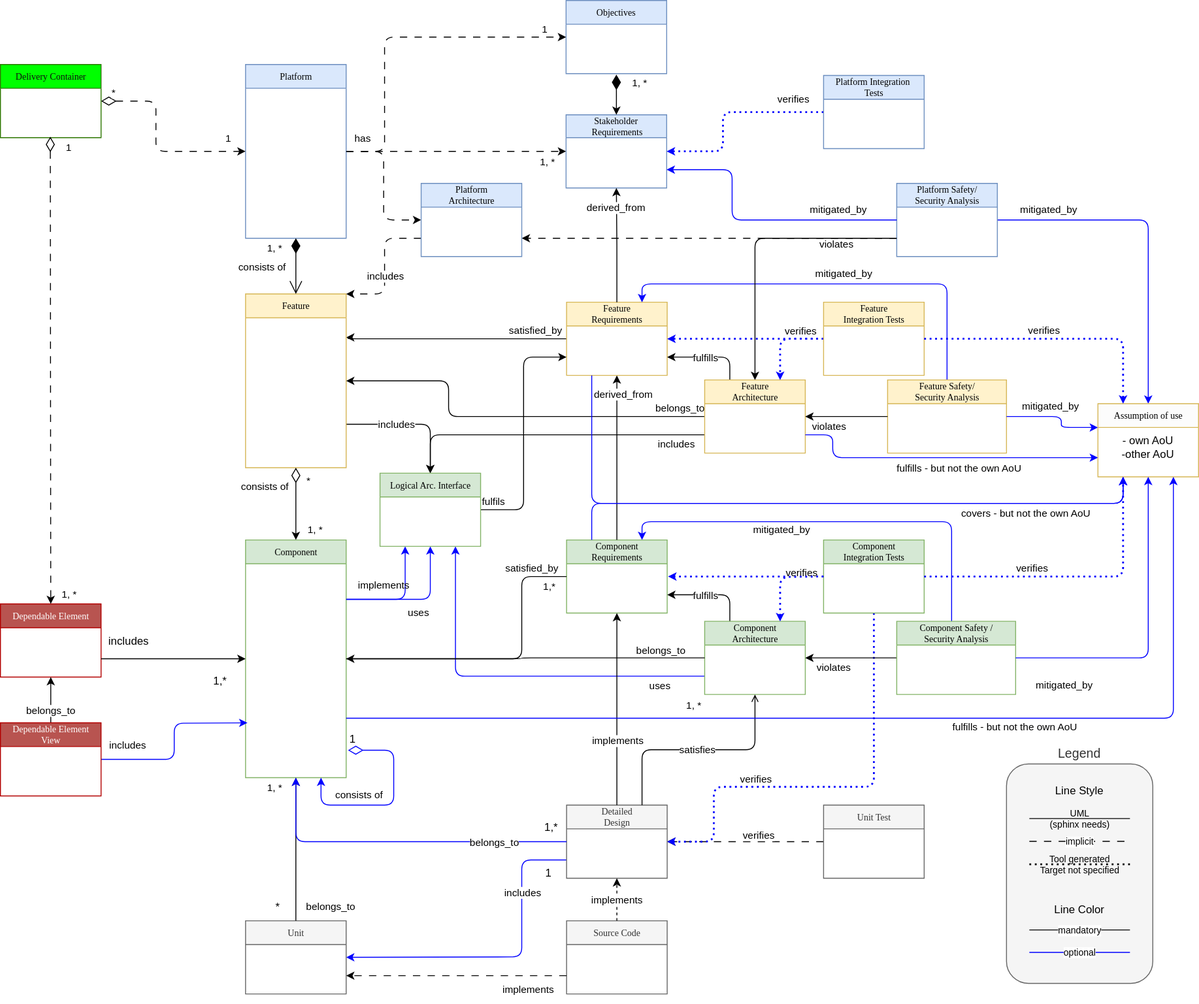
This is pr-621/_images/score_building_blocks_meta_model.drawio.svg from eclipse-score/process_description, a draw.io export, as it was before one commit. Source tidied: cells renumbered, new cells last; positions are measured from the earlier drawing's top-left corner, leaving out a move shared by most shapes.
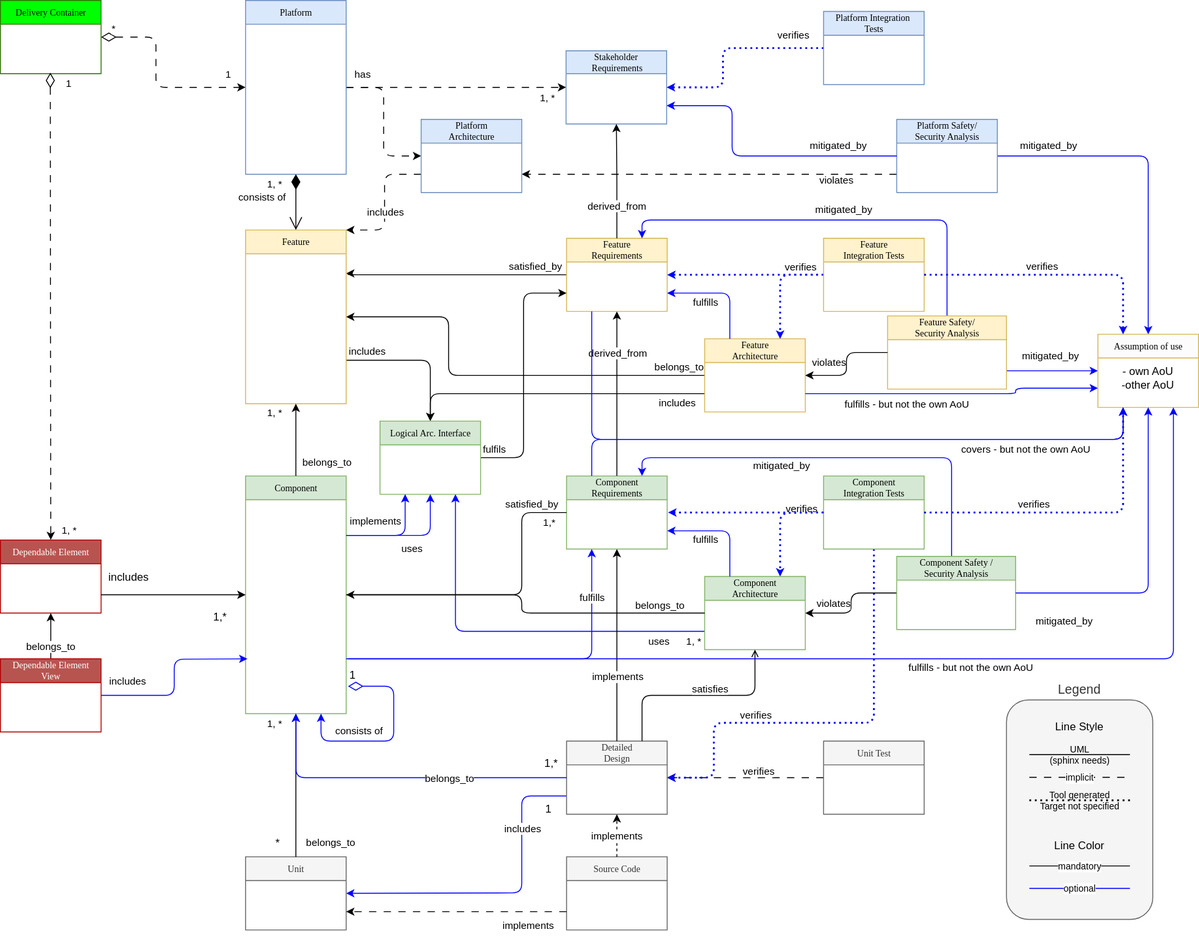
After the change.

Change to the diagram source:
```diff
@@ -26,6 +26,4 @@
     <mxCell id="6" value="includes" style="edgeStyle=orthogonalEdgeStyle;html=1;exitX=1;exitY=0.75;exitDx=0;exitDy=0;entryX=0.5;entryY=0;entryDx=0;entryDy=0;" parent="1" edge="1" source="7" target="110">
-      <mxGeometry x="-0.24" relative="1" as="geometry">
-        <Array as="points">
-          <mxPoint x="470" y="464" />
-        </Array>
+      <mxGeometry x="-0.71" y="11" relative="1" as="geometry">
+        <mxPoint y="1" as="offset" />
       </mxGeometry>
@@ -47,16 +45,4 @@
     </mxCell>
-    <mxCell id="12" style="edgeStyle=orthogonalEdgeStyle;rounded=1;jettySize=auto;html=1;exitX=0.25;exitY=0;exitDx=0;exitDy=0;entryX=1;entryY=0.75;entryDx=0;entryDy=0;endArrow=classic;endFill=1;curved=0;" parent="1" edge="1" source="17" target="11">
-      <mxGeometry x="0.64" y="10" relative="1" as="geometry" />
-    </mxCell>
-    <mxCell id="13" value="fulfills" style="edgeLabel;html=1;align=center;verticalAlign=middle;" parent="12" vertex="1">
-      <mxGeometry x="0.11" y="1" relative="1" as="geometry">
-        <mxPoint y="-1" as="offset" />
-      </mxGeometry>
-    </mxCell>
     <mxCell id="14" value="includes" style="edgeStyle=orthogonalEdgeStyle;html=1;exitX=0;exitY=0.75;exitDx=0;exitDy=0;entryX=0.5;entryY=0;entryDx=0;entryDy=0;" parent="1" edge="1" source="17" target="110">
-      <mxGeometry x="-0.82" y="10" relative="1" as="geometry">
-        <Array as="points">
-          <mxPoint x="470" y="475" />
-        </Array>
-      </mxGeometry>
+      <mxGeometry x="-0.82" y="10" relative="1" as="geometry" />
     </mxCell>
@@ -65,3 +51,3 @@
         <Array as="points">
-          <mxPoint x="490" y="455" />
+          <mxPoint x="490" y="480" />
           <mxPoint x="490" y="416" />
@@ -76,3 +62,3 @@
     <mxCell id="17" value="Feature&lt;br&gt;Architecture" style="swimlane;html=1;fontStyle=0;horizontal=1;startSize=26;fillColor=#fff2cc;swimlaneFillColor=#ffffff;rounded=0;shadow=0;comic=0;labelBackgroundColor=none;strokeWidth=1;fontFamily=Verdana;fontSize=10;align=center;strokeColor=#d6b656;" parent="1" vertex="1">
-      <mxGeometry x="770" y="415" width="110" height="80" as="geometry" />
+      <mxGeometry x="770" y="440" width="110" height="80" as="geometry" />
     </mxCell>
@@ -99,7 +85,2 @@
     </mxCell>
-    <mxCell id="22" value="consists of" style="edgeLabel;html=1;align=center;verticalAlign=middle;" parent="1" vertex="1">
-      <mxGeometry x="260" y="560" as="geometry">
-        <mxPoint x="28" y="-29" as="offset" />
-      </mxGeometry>
-    </mxCell>
     <mxCell id="23" style="edgeStyle=orthogonalEdgeStyle;rounded=1;jettySize=auto;html=1;entryX=0;entryY=0.75;entryDx=0;entryDy=0;curved=0;exitX=1;exitY=0.5;exitDx=0;exitDy=0;endArrow=none;endFill=0;startArrow=classic;startFill=1;strokeColor=#0000FF;" parent="1" edge="1" source="25" target="53">
@@ -162,3 +143,3 @@
     <mxCell id="38" value="consists of" style="edgeLabel;html=1;align=center;verticalAlign=middle;" parent="1" vertex="1">
-      <mxGeometry x="288" y="440" as="geometry">
+      <mxGeometry x="288" y="433" as="geometry">
         <mxPoint x="-3" y="-149" as="offset" />
@@ -176,37 +157,2 @@
     </mxCell>
-    <mxCell id="41" value="Objectives" style="swimlane;html=1;fontStyle=0;horizontal=1;startSize=26;fillColor=#dae8fc;swimlaneFillColor=#ffffff;rounded=0;shadow=0;comic=0;labelBackgroundColor=none;strokeWidth=1;fontFamily=Verdana;fontSize=10;align=center;strokeColor=#6c8ebf;" parent="1" vertex="1">
-      <mxGeometry x="618.5" width="110" height="80" as="geometry" />
-    </mxCell>
-    <mxCell id="42" style="edgeStyle=orthogonalEdgeStyle;rounded=1;jettySize=auto;html=1;entryX=0;entryY=0.5;entryDx=0;entryDy=0;exitX=1;exitY=0.5;exitDx=0;exitDy=0;curved=0;dashed=1;dashPattern=8 8;" parent="1" edge="1" source="36" target="41">
-      <mxGeometry relative="1" as="geometry">
-        <Array as="points">
-          <mxPoint x="420" y="165" />
-          <mxPoint x="420" y="40" />
-        </Array>
-      </mxGeometry>
-    </mxCell>
-    <mxCell id="43" value="1" style="edgeLabel;html=1;align=center;verticalAlign=bottom;" parent="42" vertex="1">
-      <mxGeometry x="0.87" relative="1" as="geometry" />
-    </mxCell>
-    <mxCell id="44" value="1, *" style="endArrow=classic;html=1;endSize=6;startArrow=diamondThin;startSize=14;startFill=1;edgeStyle=orthogonalEdgeStyle;align=left;verticalAlign=bottom;rounded=0;entryX=0.5;entryY=0;entryDx=0;entryDy=0;endFill=1;" parent="1" edge="1" target="30">
-      <mxGeometry x="-0.2" y="16" relative="1" as="geometry">
-        <mxPoint x="673.5" y="81" as="sourcePoint" />
-        <Array as="points">
-          <mxPoint x="674" y="106" />
-          <mxPoint x="673" y="125" />
-        </Array>
-      </mxGeometry>
-    </mxCell>
-    <mxCell id="45" style="edgeStyle=orthogonalEdgeStyle;rounded=1;jettySize=auto;html=1;entryX=1;entryY=0.75;entryDx=0;entryDy=0;endArrow=classic;endFill=1;exitX=0.25;exitY=0;exitDx=0;exitDy=0;curved=0;strokeColor=#000000;" parent="1" edge="1" source="48" target="18">
-      <mxGeometry relative="1" as="geometry">
-        <Array as="points">
-          <mxPoint x="797" y="650" />
-        </Array>
-      </mxGeometry>
-    </mxCell>
-    <mxCell id="46" value="fulfills" style="edgeLabel;html=1;align=center;verticalAlign=middle;" parent="45" vertex="1">
-      <mxGeometry x="0.06" y="6" relative="1" as="geometry">
-        <mxPoint x="-4" y="-6" as="offset" />
-      </mxGeometry>
-    </mxCell>
     <mxCell id="47" value="uses" style="edgeStyle=orthogonalEdgeStyle;html=1;exitX=0;exitY=0.75;exitDx=0;exitDy=0;entryX=0.75;entryY=1;entryDx=0;entryDy=0;strokeColor=#0000FF;verticalAlign=top;spacing=0;" parent="1" edge="1" source="48" target="110">
@@ -215,3 +161,3 @@
     <mxCell id="48" value="Component&lt;br&gt;Architecture" style="swimlane;html=1;fontStyle=0;horizontal=1;startSize=26;fillColor=#d5e8d4;swimlaneFillColor=#ffffff;rounded=0;shadow=0;comic=0;labelBackgroundColor=none;strokeWidth=1;fontFamily=Verdana;fontSize=10;align=center;strokeColor=#82b366;" parent="1" vertex="1">
-      <mxGeometry x="770" y="679" width="110" height="80" as="geometry" />
+      <mxGeometry x="770" y="700" width="110" height="80" as="geometry" />
     </mxCell>
@@ -225,3 +171,3 @@
       <mxGeometry x="0.06" y="6" relative="1" as="geometry">
-        <mxPoint x="12" y="-65" as="offset" />
+        <mxPoint x="6" y="-40" as="offset" />
       </mxGeometry>
@@ -232,2 +178,3 @@
           <mxPoint x="570" y="720" />
+          <mxPoint x="570" y="740" />
         </Array>
@@ -250,5 +197,5 @@
     </mxCell>
-    <mxCell id="55" value="belongs_to" style="edgeLabel;html=1;align=center;verticalAlign=middle;" parent="54" vertex="1">
-      <mxGeometry x="0.56" relative="1" as="geometry" />
-    </mxCell>
+    <mxCell id="145" value="belongs_to" style="edgeLabel;html=1;align=center;verticalAlign=middle;" parent="54" vertex="1">
+      <mxGeometry x="0.3" relative="1" as="geometry" />
+    </mxCell>
     <mxCell id="56" style="edgeStyle=orthogonalEdgeStyle;rounded=1;jettySize=auto;html=1;entryX=0.5;entryY=1;entryDx=0;entryDy=0;endArrow=open;endFill=0;exitX=0.75;exitY=0;exitDx=0;exitDy=0;curved=0;" parent="1" edge="1" source="53" target="48">
@@ -258,3 +205,3 @@
       <mxGeometry x="0.06" y="6" relative="1" as="geometry">
-        <mxPoint x="-9" y="6" as="offset" />
+        <mxPoint x="6" y="-2" as="offset" />
       </mxGeometry>
@@ -314,10 +261,5 @@
     </mxCell>
-    <mxCell id="68" value="*" style="endArrow=classic;html=1;endSize=6;startArrow=diamondThin;startSize=14;startFill=0;align=left;verticalAlign=bottom;rounded=0;endFill=1;exitX=0.5;exitY=1;exitDx=0;exitDy=0;entryX=0.5;entryY=0;entryDx=0;entryDy=0;" parent="1" edge="1" source="7" target="9">
-      <mxGeometry x="-0.43" y="10" relative="1" as="geometry" />
-    </mxCell>
-    <mxCell id="69" value="1, *" style="edgeLabel;html=1;align=center;verticalAlign=middle;" parent="68" vertex="1">
-      <mxGeometry x="0.69" y="7" relative="1" as="geometry">
-        <mxPoint x="13" as="offset" />
-      </mxGeometry>
-    </mxCell>
+    <mxCell id="146" style="edgeStyle=orthogonalEdgeStyle;rounded=0;jettySize=auto;html=1;entryX=1;entryY=0.75;entryDx=0;entryDy=0;exitX=0;exitY=0.5;exitDx=0;exitDy=0;endArrow=none;endFill=0;startArrow=classic;startFill=1;strokeColor=#0000FF;" parent="1" edge="1" source="72" target="71">
+      <mxGeometry relative="1" as="geometry" />
+    </mxCell>
     <mxCell id="70" style="edgeStyle=orthogonalEdgeStyle;rounded=1;jettySize=auto;html=1;entryX=0.75;entryY=0;entryDx=0;entryDy=0;endArrow=classic;endFill=1;startArrow=none;startFill=0;curved=0;strokeColor=#0000FF;" parent="1" edge="1" source="71" target="11">
@@ -335,3 +277,3 @@
     <mxCell id="72" value="Assumption of use" style="swimlane;html=1;fontStyle=0;horizontal=1;startSize=26;fillColor=#fcfcfc;swimlaneFillColor=#ffffff;rounded=0;shadow=0;comic=0;labelBackgroundColor=none;strokeWidth=1;fontFamily=Verdana;fontSize=10;align=center;strokeColor=#d6b656;" parent="1" vertex="1">
-      <mxGeometry x="1200" y="441" width="110" height="80" as="geometry" />
+      <mxGeometry x="1200" y="435" width="110" height="80" as="geometry" />
     </mxCell>
@@ -371,3 +313,3 @@
     <mxCell id="81" value="mitigated_by" style="edgeLabel;html=1;align=center;verticalAlign=middle;" parent="1" vertex="1">
-      <mxGeometry x="955" y="455" as="geometry">
+      <mxGeometry x="955" y="470" as="geometry">
         <mxPoint x="192" y="-12" as="offset" />
@@ -409,3 +351,3 @@
     <mxCell id="88" value="Component Safety /&lt;br&gt;Security Analysis" style="swimlane;html=1;fontStyle=0;horizontal=1;startSize=26;fillColor=#d5e8d4;swimlaneFillColor=#ffffff;rounded=0;shadow=0;comic=0;labelBackgroundColor=none;strokeWidth=1;fontFamily=Verdana;fontSize=10;align=center;strokeColor=#82b366;" parent="1" vertex="1">
-      <mxGeometry x="980" y="679" width="130" height="80" as="geometry" />
+      <mxGeometry x="980" y="678" width="130" height="80" as="geometry" />
     </mxCell>
@@ -497,9 +439,2 @@
     </mxCell>
-    <mxCell id="107" style="edgeStyle=orthogonalEdgeStyle;rounded=1;jettySize=auto;html=1;entryX=0.5;entryY=0;entryDx=0;entryDy=0;exitX=0;exitY=0.75;exitDx=0;exitDy=0;curved=0;" parent="1" edge="1" source="104" target="17">
-      <mxGeometry relative="1" as="geometry">
-        <Array as="points">
-          <mxPoint x="825" y="260" />
-        </Array>
-      </mxGeometry>
-    </mxCell>
     <mxCell id="108" value="violates" style="edgeLabel;html=1;align=center;verticalAlign=middle;labelBackgroundColor=none;" parent="1" vertex="1">
@@ -513,3 +448,3 @@
     <mxCell id="110" value="Logical Arc. Interface" style="swimlane;html=1;fontStyle=0;horizontal=1;startSize=26;fillColor=#d5e8d4;swimlaneFillColor=#ffffff;rounded=0;shadow=0;comic=0;labelBackgroundColor=none;strokeWidth=1;fontFamily=Verdana;fontSize=10;align=center;strokeColor=#82b366;" parent="1" vertex="1">
-      <mxGeometry x="415" y="517" width="110" height="80" as="geometry" />
+      <mxGeometry x="415" y="530" width="110" height="80" as="geometry" />
     </mxCell>
@@ -566,3 +501,3 @@
     <mxCell id="122" value="implements" style="edgeStyle=orthogonalEdgeStyle;html=1;exitX=1;exitY=0.25;exitDx=0;exitDy=0;entryX=0.25;entryY=1;entryDx=0;entryDy=0;labelBackgroundColor=none;strokeColor=#0000FF;" parent="1" edge="1" source="9" target="110">
-      <mxGeometry x="-0.32" y="15" relative="1" as="geometry">
+      <mxGeometry x="-0.42" y="15" relative="1" as="geometry">
         <Array as="points">
@@ -595,7 +530,8 @@
     </mxCell>
-    <mxCell id="127" style="edgeStyle=orthogonalEdgeStyle;rounded=1;jettySize=auto;html=1;strokeColor=#0000ff;startArrow=classic;startFill=1;endArrow=none;endFill=0;exitX=0;exitY=0.75;exitDx=0;exitDy=0;entryX=1;entryY=0.75;entryDx=0;entryDy=0;" parent="1" edge="1" source="73" target="17">
+    <mxCell id="127" style="edgeStyle=orthogonalEdgeStyle;rounded=1;jettySize=auto;html=1;strokeColor=#0000ff;startArrow=classic;startFill=1;endArrow=none;endFill=0;exitX=0;exitY=0.75;exitDx=0;exitDy=0;" parent="1" edge="1" source="73">
       <mxGeometry relative="1" as="geometry">
+        <mxPoint x="880" y="500" as="targetPoint" />
         <Array as="points">
-          <mxPoint x="910" y="500" />
-          <mxPoint x="910" y="475" />
+          <mxPoint x="1110" y="494" />
+          <mxPoint x="1110" y="500" />
         </Array>
@@ -605,9 +541,11 @@
       <mxGeometry x="-0.28" y="1" relative="1" as="geometry">
-        <mxPoint x="-28" y="10" as="offset" />
+        <mxPoint x="-98" y="10" as="offset" />
       </mxGeometry>
     </mxCell>
-    <mxCell id="129" style="edgeStyle=orthogonalEdgeStyle;rounded=1;jettySize=auto;html=1;exitX=0.75;exitY=1;exitDx=0;exitDy=0;strokeColor=#0000ff;startArrow=classic;startFill=1;endArrow=none;endFill=0;entryX=1;entryY=0.75;entryDx=0;entryDy=0;" parent="1" edge="1" source="72" target="9">
+    <mxCell id="129" style="edgeStyle=orthogonalEdgeStyle;rounded=1;jettySize=auto;html=1;exitX=0.75;exitY=1;exitDx=0;exitDy=0;strokeColor=#0000ff;startArrow=classic;startFill=1;endArrow=none;endFill=0;" parent="1" edge="1" source="72">
       <mxGeometry relative="1" as="geometry">
+        <mxPoint x="378" y="790" as="targetPoint" />
         <Array as="points">
-          <mxPoint x="1283" y="785" />
+          <mxPoint x="1283" y="790" />
+          <mxPoint x="378" y="790" />
         </Array>
@@ -617,3 +555,3 @@
       <mxGeometry x="0.35" y="-2" relative="1" as="geometry">
-        <mxPoint x="353" y="11" as="offset" />
+        <mxPoint x="302" y="11" as="offset" />
       </mxGeometry>
@@ -677,13 +615,38 @@
       <mxGeometry x="0.11" y="1" relative="1" as="geometry">
-        <mxPoint y="-34" as="offset" />
+        <mxPoint x="1" y="34" as="offset" />
       </mxGeometry>
     </mxCell>
-    <mxCell id="144" style="edgeStyle=orthogonalEdgeStyle;rounded=1;jettySize=auto;html=1;entryX=0;entryY=0;entryDx=0;entryDy=0;exitX=1;exitY=0.5;exitDx=0;exitDy=0;strokeColor=#0000FF;" parent="1" edge="1" source="71" target="73">
-      <mxGeometry relative="1" as="geometry">
-        <Array as="points">
-          <mxPoint x="1160" y="455" />
-          <mxPoint x="1160" y="467" />
-        </Array>
-      </mxGeometry>
-    </mxCell>
+    <mxCell id="147" value="1, *" style="endArrow=classic;html=1;endSize=6;startArrow=none;startSize=14;startFill=0;edgeStyle=orthogonalEdgeStyle;align=left;verticalAlign=bottom;rounded=0;entryX=0.5;entryY=1;entryDx=0;entryDy=0;exitX=0.5;exitY=0;exitDx=0;exitDy=0;endFill=1;" parent="1" edge="1" source="9" target="7">
+      <mxGeometry x="0.52" y="33" relative="1" as="geometry" />
+    </mxCell>
+    <mxCell id="148" value="belongs_to" style="edgeLabel;html=1;align=center;verticalAlign=middle;" parent="147" vertex="1">
+      <mxGeometry x="-0.54" y="2" relative="1" as="geometry">
+        <mxPoint x="35" y="2" as="offset" />
+      </mxGeometry>
+    </mxCell>
+    <mxCell id="149" style="edgeStyle=orthogonalEdgeStyle;rounded=1;jettySize=auto;html=1;exitX=0.25;exitY=1;exitDx=0;exitDy=0;strokeColor=#0000ff;startArrow=classic;startFill=1;endArrow=none;endFill=0;" parent="1" edge="1" source="18">
+      <mxGeometry relative="1" as="geometry">
+        <mxPoint x="380" y="790" as="targetPoint" />
+        <Array as="points">
+          <mxPoint x="647" y="790" />
+        </Array>
+      </mxGeometry>
+    </mxCell>
+    <mxCell id="150" value="fulfills" style="edgeLabel;html=1;align=center;verticalAlign=middle;" parent="149" vertex="1">
+      <mxGeometry x="-0.73" relative="1" as="geometry" />
+    </mxCell>
+    <mxCell id="12" value="fulfills" style="edgeStyle=orthogonalEdgeStyle;html=1;exitX=0.25;exitY=0;exitDx=0;exitDy=0;entryX=1;entryY=0.75;entryDx=0;entryDy=0;labelBackgroundColor=none;strokeColor=#0000FF;" parent="1" edge="1" source="17" target="11">
+      <mxGeometry x="0.31" y="10" relative="1" as="geometry">
+        <Array as="points">
+          <mxPoint x="798" y="390" />
+        </Array>
+      </mxGeometry>
+    </mxCell>
+    <mxCell id="45" value="fulfills" style="edgeStyle=orthogonalEdgeStyle;html=1;exitX=0.25;exitY=0;exitDx=0;exitDy=0;labelBackgroundColor=none;strokeColor=#0000FF;entryX=1;entryY=0.75;entryDx=0;entryDy=0;" parent="1" edge="1" source="48" target="18">
+      <mxGeometry x="0.31" y="10" relative="1" as="geometry">
+        <Array as="points">
+          <mxPoint x="798" y="650" />
+        </Array>
+      </mxGeometry>
+    </mxCell>
   </root>
```
